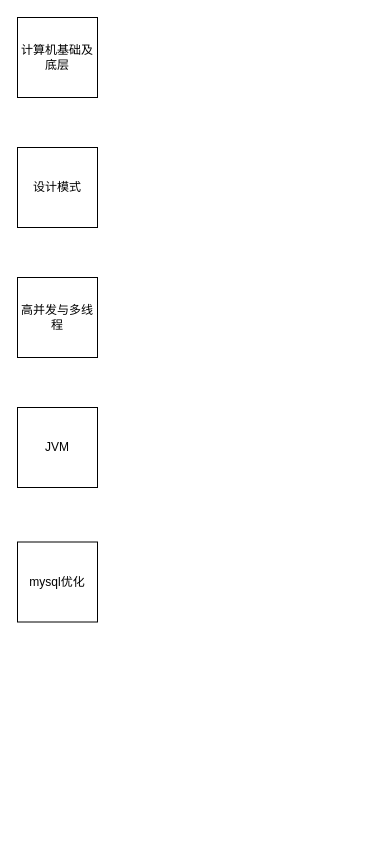
Earlier version of the draw.io diagram 提纲.drawio (yuchunyi/test1). Source tidied: cells renumbered, new cells numbered last; positions are measured from the earlier drawing's top-left corner, leaving out a move shared by most shapes. Both pictures are drawn from the tidied source at 100%, with x=0, y=0 at pixel (17, 17).
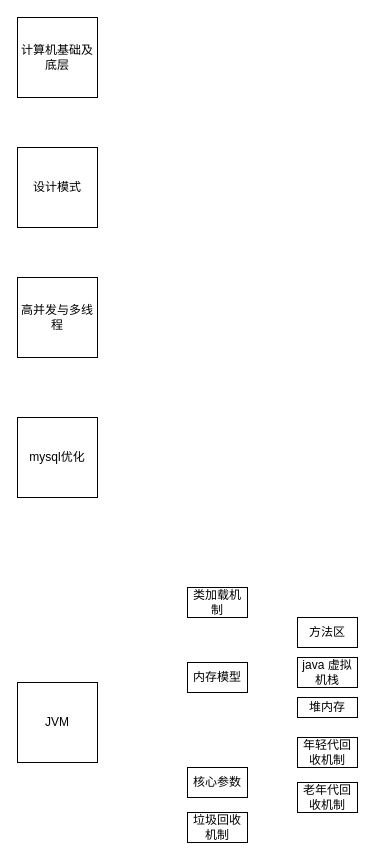
After the change.

What changed in the source:
```diff
@@
 <mxGraphModel>
   <root>
     <mxCell id="0" />
     <mxCell id="1" parent="0" />
     <mxCell id="2" value="计算机基础及底层" style="whiteSpace=wrap;html=1;" parent="1" vertex="1">
       <mxGeometry width="80" height="80" as="geometry" />
     </mxCell>
     <mxCell id="3" value="设计模式" style="whiteSpace=wrap;html=1;" parent="1" vertex="1">
       <mxGeometry y="130" width="80" height="80" as="geometry" />
     </mxCell>
     <mxCell id="4" value="高并发与多线程" style="whiteSpace=wrap;html=1;" parent="1" vertex="1">
       <mxGeometry y="260" width="80" height="80" as="geometry" />
     </mxCell>
     <mxCell id="5" value="mysql优化" style="whiteSpace=wrap;html=1;" parent="1" vertex="1">
-      <mxGeometry y="524.5" width="80" height="80" as="geometry" />
+      <mxGeometry y="400" width="80" height="80" as="geometry" />
     </mxCell>
     <mxCell id="6" value="JVM" style="whiteSpace=wrap;html=1;" parent="1" vertex="1">
-      <mxGeometry y="390" width="80" height="80" as="geometry" />
+      <mxGeometry y="665" width="80" height="80" as="geometry" />
     </mxCell>
+    <mxCell id="7" value="内存模型" style="rounded=0;whiteSpace=wrap;html=1;" parent="1" vertex="1">
+      <mxGeometry x="170" y="645" width="60" height="30" as="geometry" />
+    </mxCell>
+    <mxCell id="8" value="核心参数" style="rounded=0;whiteSpace=wrap;html=1;" parent="1" vertex="1">
+      <mxGeometry x="170" y="750" width="60" height="30" as="geometry" />
+    </mxCell>
+    <mxCell id="9" value="垃圾回收机制" style="rounded=0;whiteSpace=wrap;html=1;" parent="1" vertex="1">
+      <mxGeometry x="170" y="795" width="60" height="30" as="geometry" />
+    </mxCell>
+    <mxCell id="10" value="年轻代回收机制" style="rounded=0;whiteSpace=wrap;html=1;" parent="1" vertex="1">
+      <mxGeometry x="280" y="720" width="60" height="30" as="geometry" />
+    </mxCell>
+    <mxCell id="11" value="老年代回收机制" style="rounded=0;whiteSpace=wrap;html=1;" parent="1" vertex="1">
+      <mxGeometry x="280" y="765" width="60" height="30" as="geometry" />
+    </mxCell>
+    <mxCell id="12" value="方法区" style="rounded=0;whiteSpace=wrap;html=1;" parent="1" vertex="1">
+      <mxGeometry x="280" y="600" width="60" height="30" as="geometry" />
+    </mxCell>
+    <mxCell id="13" value="堆内存" style="rounded=0;whiteSpace=wrap;html=1;" parent="1" vertex="1">
+      <mxGeometry x="280" y="680" width="60" height="20" as="geometry" />
+    </mxCell>
+    <mxCell id="14" value="java 虚拟机栈" style="rounded=0;whiteSpace=wrap;html=1;" parent="1" vertex="1">
+      <mxGeometry x="280" y="640" width="60" height="30" as="geometry" />
+    </mxCell>
+    <mxCell id="15" value="类加载机制" style="rounded=0;whiteSpace=wrap;html=1;" parent="1" vertex="1">
+      <mxGeometry x="170" y="570" width="60" height="30" as="geometry" />
+    </mxCell>
   </root>
 </mxGraphModel>
```
